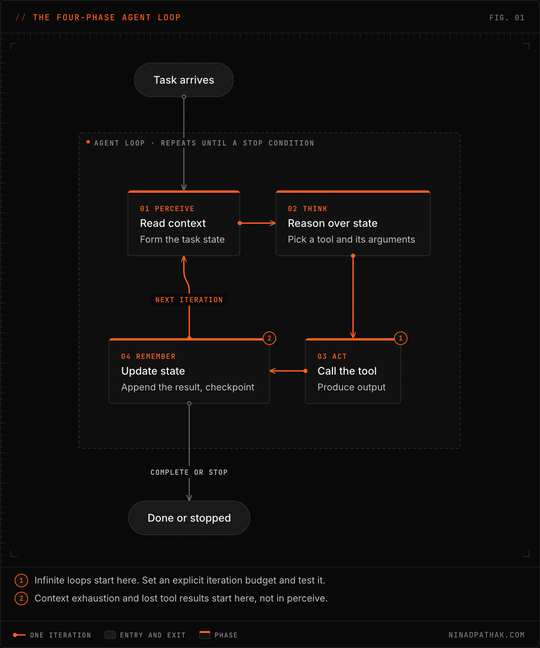
Above: static/images/diagrams/agent-loop-anatomy/agent-loop.dark.png in ninadpathak/ninadpathak (Mermaid), before the change. Its source is kept beside it as content/diagrams/agent-loop-anatomy/agent-loop.mmd.
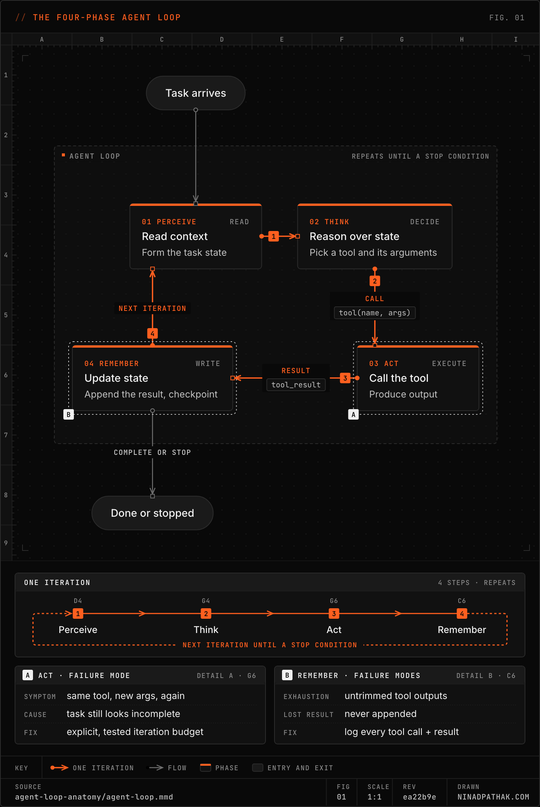
After the change.

Diff of the diagram source:
```diff
@@ -1,22 +1,22 @@
 flowchart TB
   task(["Task arrives"]):::outcome
-  subgraph loop [Agent loop · repeats until a stop condition]
+  subgraph loop ["Agent loop | Repeats until a stop condition"]
     direction TB
     subgraph upper [ ]
       direction LR
-      perceive["§01 Perceive
+      perceive["§01 Perceive | Read
 Read context
 ~Form the task state"]:::accent
-      think["§02 Think
+      think["§02 Think | Decide
 Reason over state
 ~Pick a tool and its arguments"]:::accent
     end
     subgraph lower [ ]
       direction RL
-      act["§03 Act
+      act["§03 Act | Execute
 Call the tool
 ~Produce output"]:::accent
-      remember["§04 Remember
+      remember["§04 Remember | Write
 Update state
 ~Append the result, checkpoint"]:::accent
     end
@@ -24,8 +24,8 @@
   done(["Done or stopped"]):::outcome
   task --> perceive
   perceive --> think
-  think --> act
-  act --> remember
+  think -->|"call :: tool(name, args)"| act
+  act -->|result :: tool_result| remember
   remember -->|next iteration| perceive
   remember -->|complete or stop| done
   class upper,lower ghost
```
